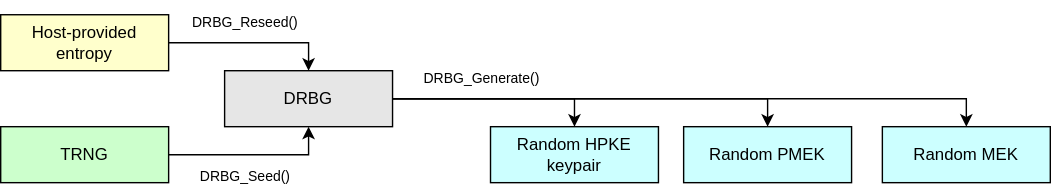
Earlier version of the draw.io export doc/ocp_lock/diagrams/drbg_diagram.drawio.svg (chipsalliance/Caliptra). Source tidied: cells renumbered, new cells last; positions are measured from the earlier drawing's top-left corner, leaving out a move shared by most shapes.
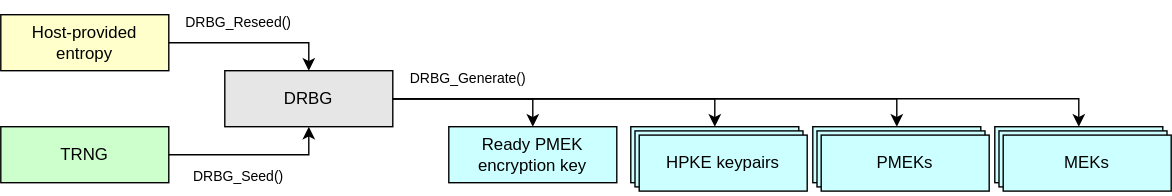
Later version of the same file.

What changed in the source:
```diff
@@ -17,40 +17,64 @@
     <mxCell id="6" style="edgeStyle=orthogonalEdgeStyle;endArrow=classic;html=1;rounded=0;endSize=6;startSize=6;exitX=1;exitY=0.5;exitDx=0;exitDy=0;entryX=0.5;entryY=1;entryDx=0;entryDy=0;" parent="1" edge="1" source="3" target="2">
       <mxGeometry relative="1" as="geometry" />
     </mxCell>
-    <mxCell id="7" value="&lt;div&gt;&lt;font color=&quot;#000000&quot;&gt;Random HPKE keypair&lt;/font&gt;&lt;/div&gt;" style="rounded=0;whiteSpace=wrap;html=1;align=center;verticalAlign=middle;shadow=0;glass=0;spacingLeft=0;spacingBottom=0;spacingTop=0;fillColor=#CCFFFF;" parent="1" vertex="1">
-      <mxGeometry x="350" y="90" width="120" height="40" as="geometry" />
+    <mxCell id="7" value="&lt;div&gt;&lt;font color=&quot;#000000&quot;&gt;HPKE keypairs&lt;/font&gt;&lt;/div&gt;" style="rounded=0;whiteSpace=wrap;html=1;align=center;verticalAlign=middle;shadow=0;glass=0;spacingLeft=0;spacingBottom=0;spacingTop=0;fillColor=#CCFFFF;" parent="1" vertex="1">
+      <mxGeometry x="450" y="90" width="120" height="40" as="geometry" />
     </mxCell>
-    <mxCell id="8" value="&lt;div&gt;&lt;font color=&quot;#000000&quot;&gt;Random PMEK&lt;/font&gt;&lt;/div&gt;" style="rounded=0;whiteSpace=wrap;html=1;align=center;verticalAlign=middle;shadow=0;glass=0;spacingLeft=0;spacingBottom=0;spacingTop=0;fillColor=#CCFFFF;" parent="1" vertex="1">
-      <mxGeometry x="488" y="90" width="120" height="40" as="geometry" />
+    <mxCell id="8" value="&lt;div&gt;&lt;font color=&quot;#000000&quot;&gt;PMEKs&lt;/font&gt;&lt;/div&gt;" style="rounded=0;whiteSpace=wrap;html=1;align=center;verticalAlign=middle;shadow=0;glass=0;spacingLeft=0;spacingBottom=0;spacingTop=0;fillColor=#CCFFFF;" parent="1" vertex="1">
+      <mxGeometry x="580" y="90" width="120" height="40" as="geometry" />
     </mxCell>
     <mxCell id="9" style="edgeStyle=segmentEdgeStyle;endArrow=classic;html=1;curved=0;rounded=0;endSize=6;startSize=6;exitX=1;exitY=0.5;exitDx=0;exitDy=0;entryX=0.5;entryY=0;entryDx=0;entryDy=0;" parent="1" edge="1" source="2" target="7">
       <mxGeometry relative="1" as="geometry">
         <Array as="points">
-          <mxPoint x="410" y="70" />
+          <mxPoint x="510" y="70" />
         </Array>
       </mxGeometry>
     </mxCell>
     <mxCell id="10" style="edgeStyle=segmentEdgeStyle;endArrow=classic;html=1;curved=0;rounded=0;endSize=6;startSize=6;exitX=1;exitY=0.5;exitDx=0;exitDy=0;entryX=0.5;entryY=0;entryDx=0;entryDy=0;" parent="1" edge="1" source="2" target="8">
       <mxGeometry relative="1" as="geometry">
         <Array as="points">
-          <mxPoint x="548" y="70" />
+          <mxPoint x="640" y="70" />
         </Array>
       </mxGeometry>
     </mxCell>
-    <mxCell id="11" value="&lt;div&gt;&lt;font color=&quot;#000000&quot;&gt;Random MEK&lt;/font&gt;&lt;/div&gt;" style="rounded=0;whiteSpace=wrap;html=1;align=center;verticalAlign=middle;shadow=0;glass=0;spacingLeft=0;spacingBottom=0;spacingTop=0;fillColor=#CCFFFF;" parent="1" vertex="1">
-      <mxGeometry x="630" y="90" width="120" height="40" as="geometry" />
+    <mxCell id="11" value="&lt;div&gt;&lt;font color=&quot;#000000&quot;&gt;MEKs&lt;/font&gt;&lt;/div&gt;" style="rounded=0;whiteSpace=wrap;html=1;align=center;verticalAlign=middle;shadow=0;glass=0;spacingLeft=0;spacingBottom=0;spacingTop=0;fillColor=#CCFFFF;" parent="1" vertex="1">
+      <mxGeometry x="710" y="90" width="120" height="40" as="geometry" />
     </mxCell>
     <mxCell id="12" style="edgeStyle=orthogonalEdgeStyle;endArrow=classic;html=1;rounded=0;endSize=6;startSize=6;exitX=1;exitY=0.5;exitDx=0;exitDy=0;entryX=0.5;entryY=0;entryDx=0;entryDy=0;" parent="1" edge="1" source="2" target="11">
       <mxGeometry relative="1" as="geometry" />
     </mxCell>
     <mxCell id="13" value="DRBG_Seed()" style="text;strokeColor=none;align=center;fillColor=none;html=1;verticalAlign=middle;whiteSpace=wrap;rounded=0;fontSize=10;" parent="1" vertex="1">
-      <mxGeometry x="130" y="110" width="90" height="30" as="geometry" />
+      <mxGeometry x="120" y="110" width="100" height="30" as="geometry" />
     </mxCell>
     <mxCell id="14" value="DRBG_Reseed()" style="text;strokeColor=none;align=center;fillColor=none;html=1;verticalAlign=middle;whiteSpace=wrap;rounded=0;fontSize=10;" parent="1" vertex="1">
-      <mxGeometry x="130" width="90" height="30" as="geometry" />
+      <mxGeometry x="120" width="100" height="30" as="geometry" />
     </mxCell>
     <mxCell id="15" value="DRBG_Generate()" style="text;strokeColor=none;align=center;fillColor=none;html=1;verticalAlign=middle;whiteSpace=wrap;rounded=0;fontSize=10;" parent="1" vertex="1">
-      <mxGeometry x="290" y="40" width="108" height="30" as="geometry" />
+      <mxGeometry x="280" y="40" width="108" height="30" as="geometry" />
     </mxCell>
+    <mxCell id="16" value="&lt;div&gt;&lt;font color=&quot;#000000&quot;&gt;Ready PMEK encryption key&lt;/font&gt;&lt;/div&gt;" style="rounded=0;whiteSpace=wrap;html=1;align=center;verticalAlign=middle;shadow=0;glass=0;spacingLeft=0;spacingBottom=0;spacingTop=0;fillColor=#CCFFFF;" parent="1" vertex="1">
+      <mxGeometry x="320" y="90" width="120" height="40" as="geometry" />
+    </mxCell>
+    <mxCell id="17" style="edgeStyle=orthogonalEdgeStyle;endArrow=classic;html=1;rounded=0;endSize=6;startSize=6;exitX=1;exitY=0.5;exitDx=0;exitDy=0;entryX=0.5;entryY=0;entryDx=0;entryDy=0;" parent="1" edge="1" source="2" target="16">
+      <mxGeometry relative="1" as="geometry" />
+    </mxCell>
+    <mxCell id="18" value="&lt;div&gt;&lt;font color=&quot;#000000&quot;&gt;MEKs&lt;/font&gt;&lt;/div&gt;" style="rounded=0;whiteSpace=wrap;html=1;align=center;verticalAlign=middle;shadow=0;glass=0;spacingLeft=0;spacingBottom=0;spacingTop=0;fillColor=#CCFFFF;" parent="1" vertex="1">
+      <mxGeometry x="713" y="93" width="120" height="40" as="geometry" />
+    </mxCell>
+    <mxCell id="19" value="&lt;div&gt;&lt;font color=&quot;#000000&quot;&gt;MEKs&lt;/font&gt;&lt;/div&gt;" style="rounded=0;whiteSpace=wrap;html=1;align=center;verticalAlign=middle;shadow=0;glass=0;spacingLeft=0;spacingBottom=0;spacingTop=0;fillColor=#CCFFFF;" parent="1" vertex="1">
+      <mxGeometry x="716" y="96" width="120" height="40" as="geometry" />
+    </mxCell>
+    <mxCell id="20" value="&lt;div&gt;&lt;font color=&quot;#000000&quot;&gt;PMEKs&lt;/font&gt;&lt;/div&gt;" style="rounded=0;whiteSpace=wrap;html=1;align=center;verticalAlign=middle;shadow=0;glass=0;spacingLeft=0;spacingBottom=0;spacingTop=0;fillColor=#CCFFFF;" parent="1" vertex="1">
+      <mxGeometry x="583" y="93" width="120" height="40" as="geometry" />
+    </mxCell>
+    <mxCell id="21" value="&lt;div&gt;&lt;font color=&quot;#000000&quot;&gt;PMEKs&lt;/font&gt;&lt;/div&gt;" style="rounded=0;whiteSpace=wrap;html=1;align=center;verticalAlign=middle;shadow=0;glass=0;spacingLeft=0;spacingBottom=0;spacingTop=0;fillColor=#CCFFFF;" parent="1" vertex="1">
+      <mxGeometry x="586" y="96" width="120" height="40" as="geometry" />
+    </mxCell>
+    <mxCell id="22" value="&lt;div&gt;&lt;font color=&quot;#000000&quot;&gt;HPKE keypairs&lt;/font&gt;&lt;/div&gt;" style="rounded=0;whiteSpace=wrap;html=1;align=center;verticalAlign=middle;shadow=0;glass=0;spacingLeft=0;spacingBottom=0;spacingTop=0;fillColor=#CCFFFF;" parent="1" vertex="1">
+      <mxGeometry x="453" y="93" width="120" height="40" as="geometry" />
+    </mxCell>
+    <mxCell id="23" value="&lt;div&gt;&lt;font color=&quot;#000000&quot;&gt;HPKE keypairs&lt;/font&gt;&lt;/div&gt;" style="rounded=0;whiteSpace=wrap;html=1;align=center;verticalAlign=middle;shadow=0;glass=0;spacingLeft=0;spacingBottom=0;spacingTop=0;fillColor=#CCFFFF;" parent="1" vertex="1">
+      <mxGeometry x="456" y="96" width="120" height="40" as="geometry" />
+    </mxCell>
   </root>
 </mxGraphModel>
```
